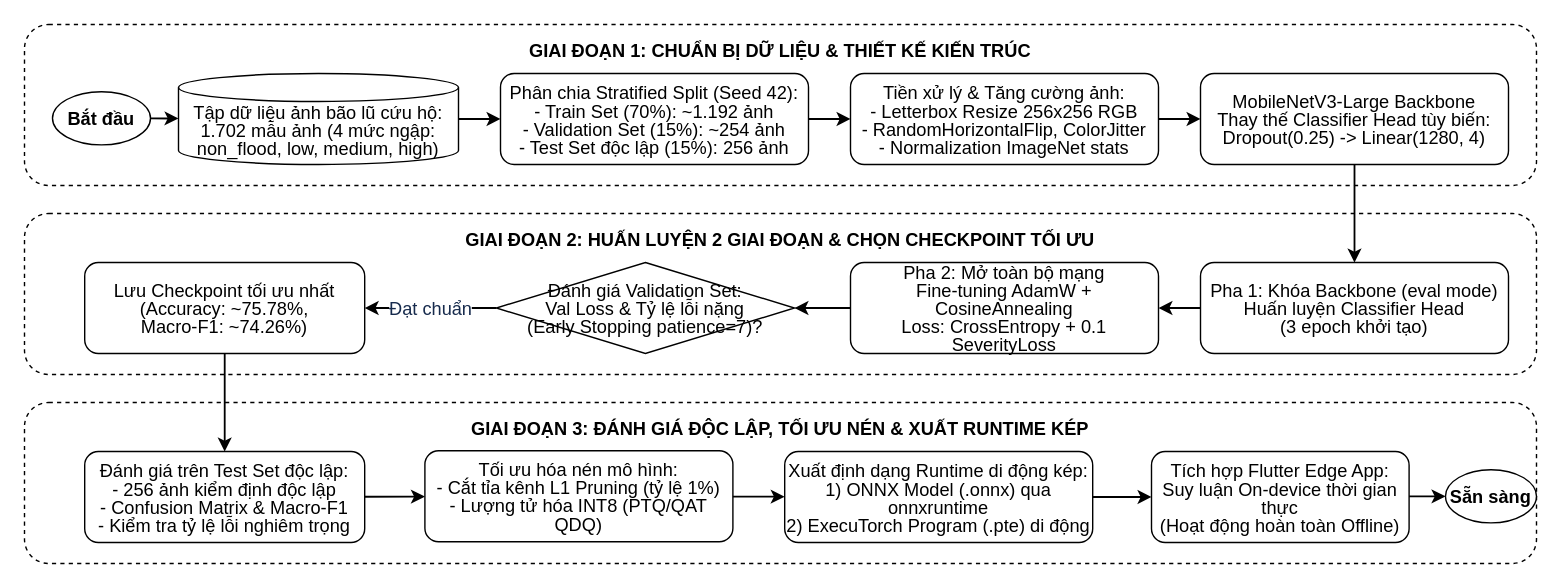
ngthtrong/nckh2 keeps this draw.io diagram as report/assets/diagrams/flow_09_ai_training_optimization.drawio. Above is the earlier version. Source tidied: cells renumbered, new cells numbered last; positions are measured from the earlier drawing's top-left corner, leaving out a move shared by most shapes. Both pictures are drawn from the tidied source at 140%, with x=0, y=0 at pixel (24, 24).
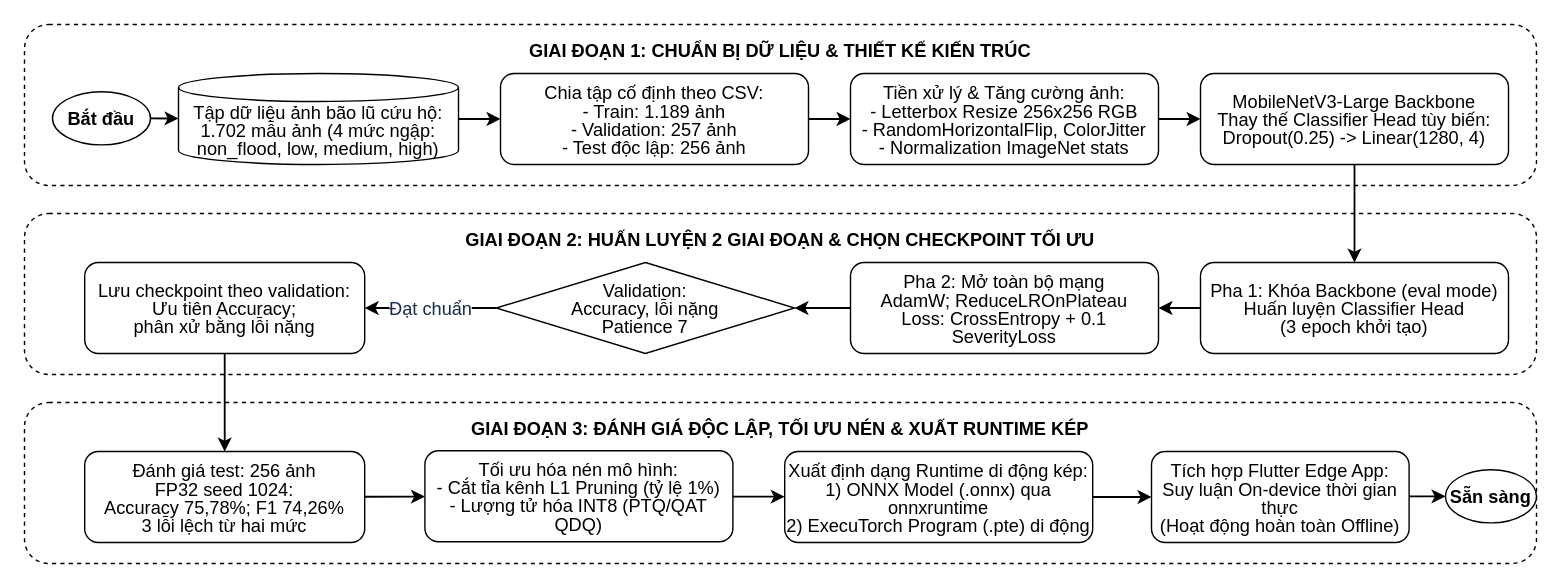
The same diagram, later.

Diff of the diagram source:
```diff
@@
-    <mxCell id="7" value="&lt;div style=&quot;line-height:1;&quot;&gt;Phân chia Stratified Split (Seed 42):&#10;- Train Set (70%): ~1.192 ảnh&#10;- Validation Set (15%): ~254 ảnh&#10;- Test Set độc lập (15%): 256 ảnh&lt;/div&gt;" style="rounded=1;whiteSpace=wrap;html=1;fontSize=13;fontFamily=Helvetica;" parent="1" vertex="1">
+    <mxCell id="7" value="&lt;div style=&quot;line-height:1;&quot;&gt;Chia tập cố định theo CSV:&#10;- Train: 1.189 ảnh&#10;- Validation: 257 ảnh&#10;- Test độc lập: 256 ảnh&lt;/div&gt;" style="rounded=1;whiteSpace=wrap;html=1;fontSize=13;fontFamily=Helvetica;" parent="1" vertex="1">
       <mxGeometry x="340" y="35" width="220" height="65" as="geometry" />
     </mxCell>
@@
-    <mxCell id="11" value="&lt;div style=&quot;line-height:1;&quot;&gt;Pha 2: Mở toàn bộ mạng&#10;Fine-tuning AdamW + CosineAnnealing&#10;Loss: CrossEntropy + 0.1 SeverityLoss&lt;/div&gt;" style="rounded=1;whiteSpace=wrap;html=1;fontSize=13;fontFamily=Helvetica;" parent="1" vertex="1">
+    <mxCell id="11" value="&lt;div style=&quot;line-height:1;&quot;&gt;Pha 2: Mở toàn bộ mạng&#10;AdamW; ReduceLROnPlateau&#10;Loss: CrossEntropy + 0.1 SeverityLoss&lt;/div&gt;" style="rounded=1;whiteSpace=wrap;html=1;fontSize=13;fontFamily=Helvetica;" parent="1" vertex="1">
       <mxGeometry x="590" y="170" width="220" height="65" as="geometry" />
     </mxCell>
-    <mxCell id="12" value="&lt;div style=&quot;line-height:1;&quot;&gt;Đánh giá Validation Set:&#10;Val Loss &amp;amp; Tỷ lệ lỗi nặng&#10;(Early Stopping patience=7)?&lt;/div&gt;" style="rhombus;whiteSpace=wrap;html=1;fontSize=13;fontFamily=Helvetica;" parent="1" vertex="1">
+    <mxCell id="12" value="&lt;div style=&quot;line-height:1;&quot;&gt;Validation:&#10;Accuracy, lỗi nặng&#10;Patience 7&lt;/div&gt;" style="rhombus;whiteSpace=wrap;html=1;fontSize=13;fontFamily=Helvetica;" parent="1" vertex="1">
       <mxGeometry x="337" y="170" width="213" height="65" as="geometry" />
     </mxCell>
-    <mxCell id="13" value="&lt;div style=&quot;line-height:1;&quot;&gt;Lưu Checkpoint tối ưu nhất&#10;(Accuracy: ~75.78%,&#10;Macro-F1: ~74.26%)&lt;/div&gt;" style="rounded=1;whiteSpace=wrap;html=1;fontSize=13;fontFamily=Helvetica;" parent="1" vertex="1">
+    <mxCell id="13" value="&lt;div style=&quot;line-height:1;&quot;&gt;Lưu checkpoint theo validation:&#10;Ưu tiên Accuracy;&#10;phân xử bằng lỗi nặng&lt;/div&gt;" style="rounded=1;whiteSpace=wrap;html=1;fontSize=13;fontFamily=Helvetica;" parent="1" vertex="1">
       <mxGeometry x="43" y="170" width="200" height="65" as="geometry" />
     </mxCell>
-    <mxCell id="14" value="&lt;div style=&quot;line-height:1;&quot;&gt;Đánh giá trên Test Set độc lập:&#10;- 256 ảnh kiểm định độc lập&#10;- Confusion Matrix &amp;amp; Macro-F1&#10;- Kiểm tra tỷ lệ lỗi nghiêm trọng&lt;/div&gt;" style="rounded=1;whiteSpace=wrap;html=1;fontSize=13;fontFamily=Helvetica;" parent="1" vertex="1">
+    <mxCell id="14" value="&lt;div style=&quot;line-height:1;&quot;&gt;Đánh giá test: 256 ảnh&#10;FP32 seed 1024:&#10;Accuracy 75,78%; F1 74,26%&#10;3 lỗi lệch từ hai mức&lt;/div&gt;" style="rounded=1;whiteSpace=wrap;html=1;fontSize=13;fontFamily=Helvetica;" parent="1" vertex="1">
       <mxGeometry x="43" y="305" width="200" height="65" as="geometry" />
     </mxCell>
```
